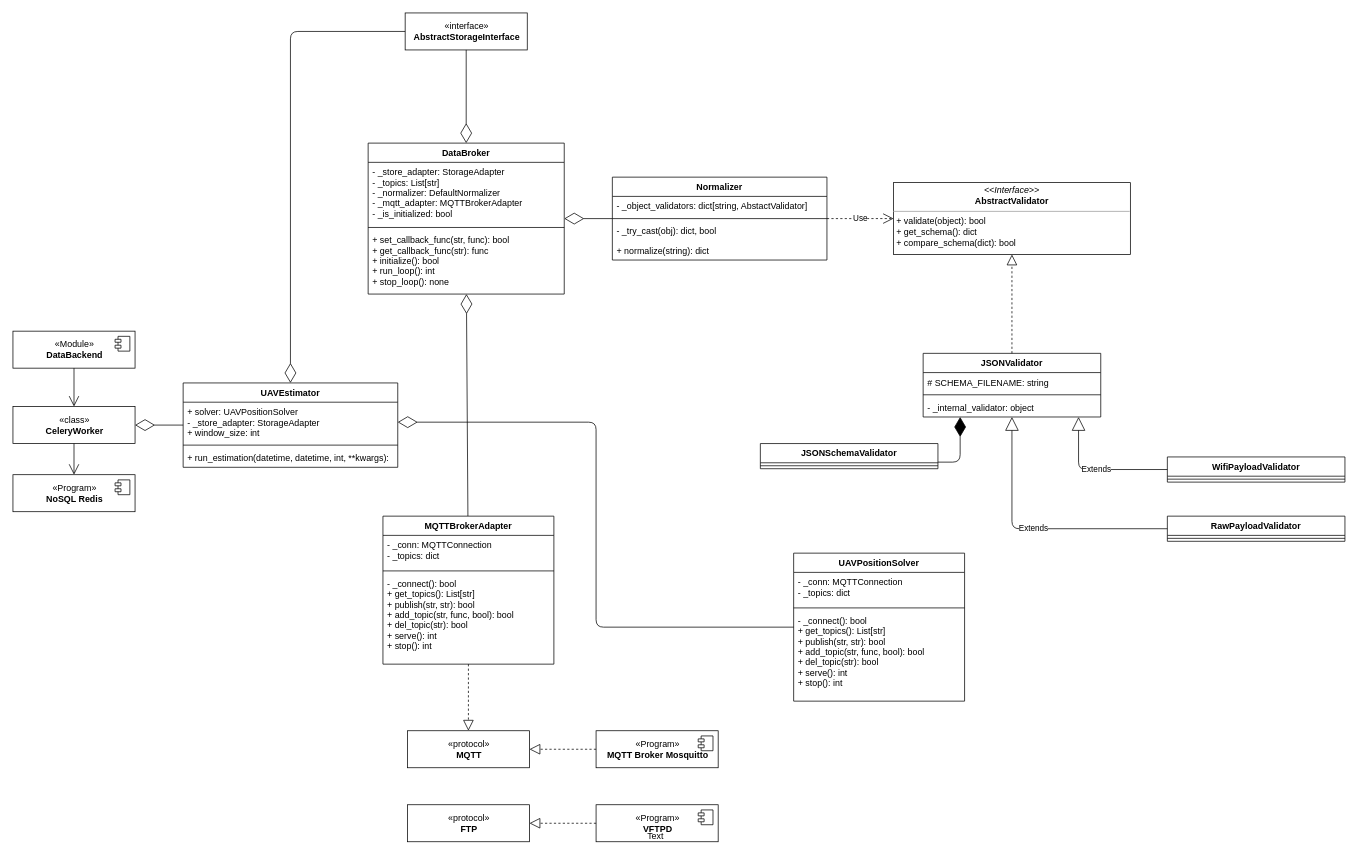
Above: page "processing_subsystem" (2 of 4) of docs/schemes/classes/ClassDiagram.drawio in Kirkirillka/GPS_Tracker (draw.io), before the change. Source tidied: cells renumbered, new cells numbered last; positions are measured from the earlier drawing's top-left corner, leaving out a move shared by most shapes. Both pictures are drawn from the tidied source at 74%, with x=0, y=0 at pixel (13, 13).
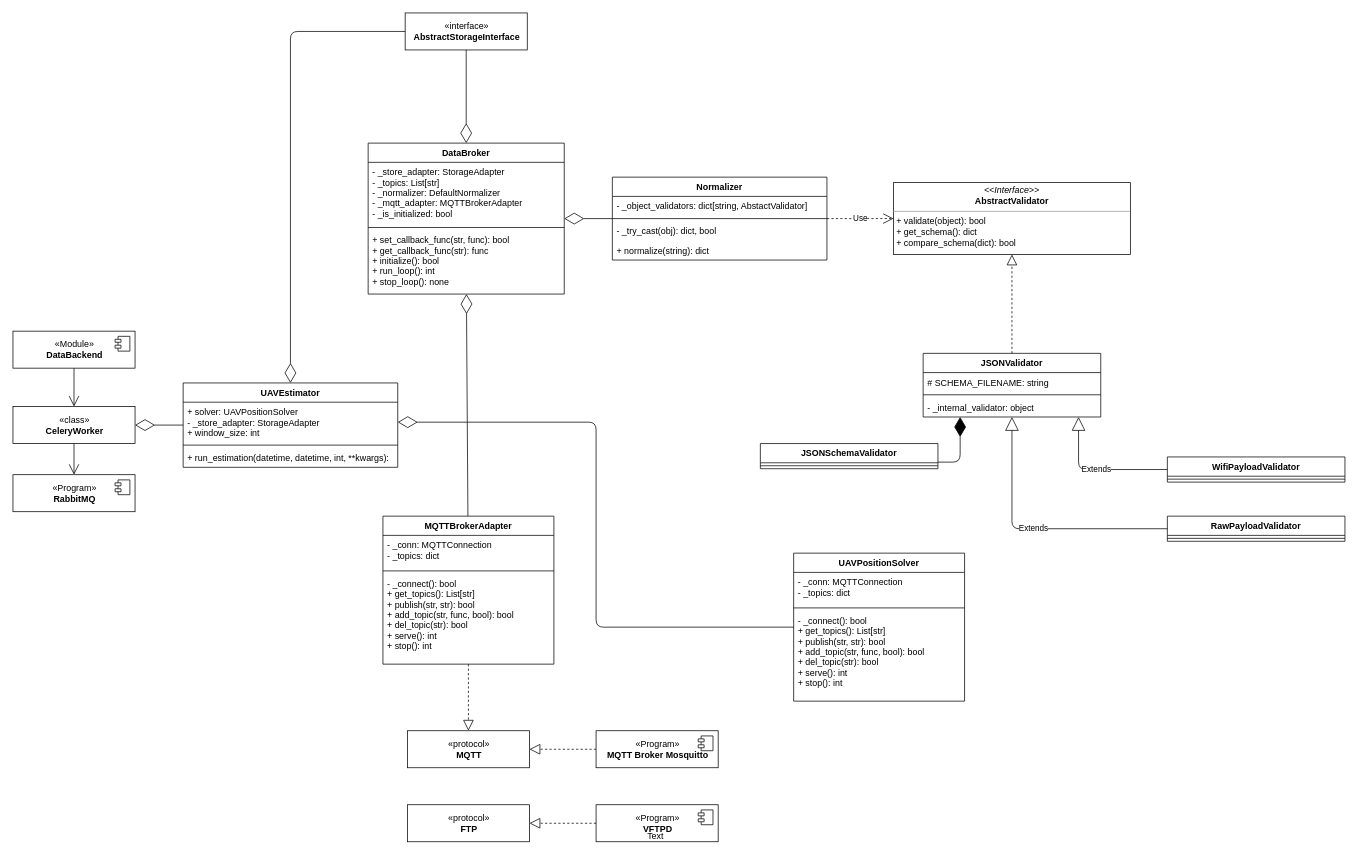
After the change.

Commit message (it also covers changes not shown here):
RabbitMQ instead of Redis

Change to the diagram source:
```diff
@@
-    <mxCell id="38" value="«Program»&lt;br&gt;&lt;b&gt;NoSQL Redis&lt;/b&gt;" style="html=1;" parent="1" vertex="1">
+    <mxCell id="38" value="«Program»&lt;br&gt;&lt;b&gt;RabbitMQ&lt;/b&gt;" style="html=1;" parent="1" vertex="1">
       <mxGeometry y="624" width="165" height="50" as="geometry" />
     </mxCell>
```
